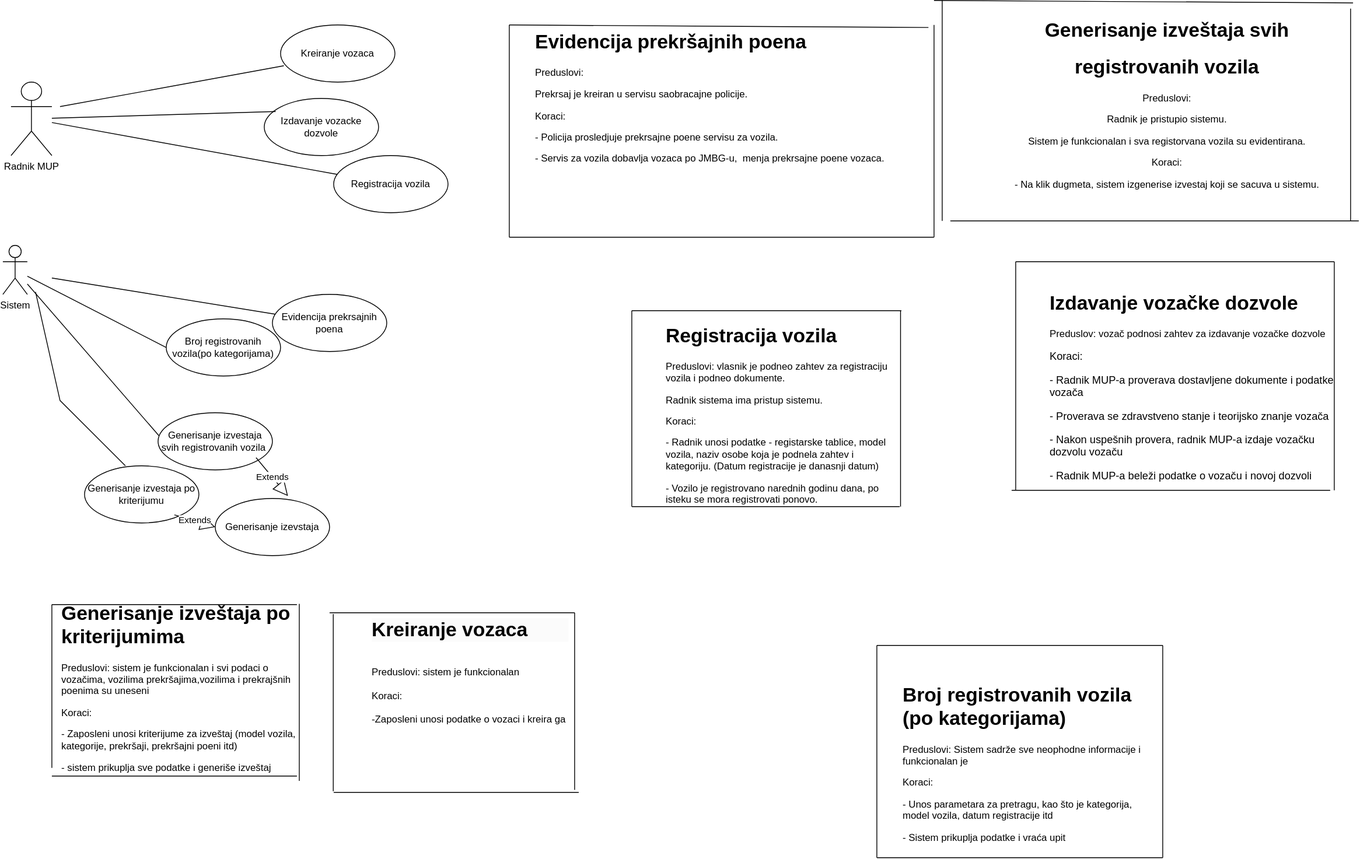
anna02272/EGovernment keeps this draw.io diagram as Diagrams/MupVozila_UseCaseDiagram.svg. Above is the earlier version. Source tidied: cells renumbered, new cells last; positions are measured from the earlier drawing's top-left corner, leaving out a move shared by most shapes.
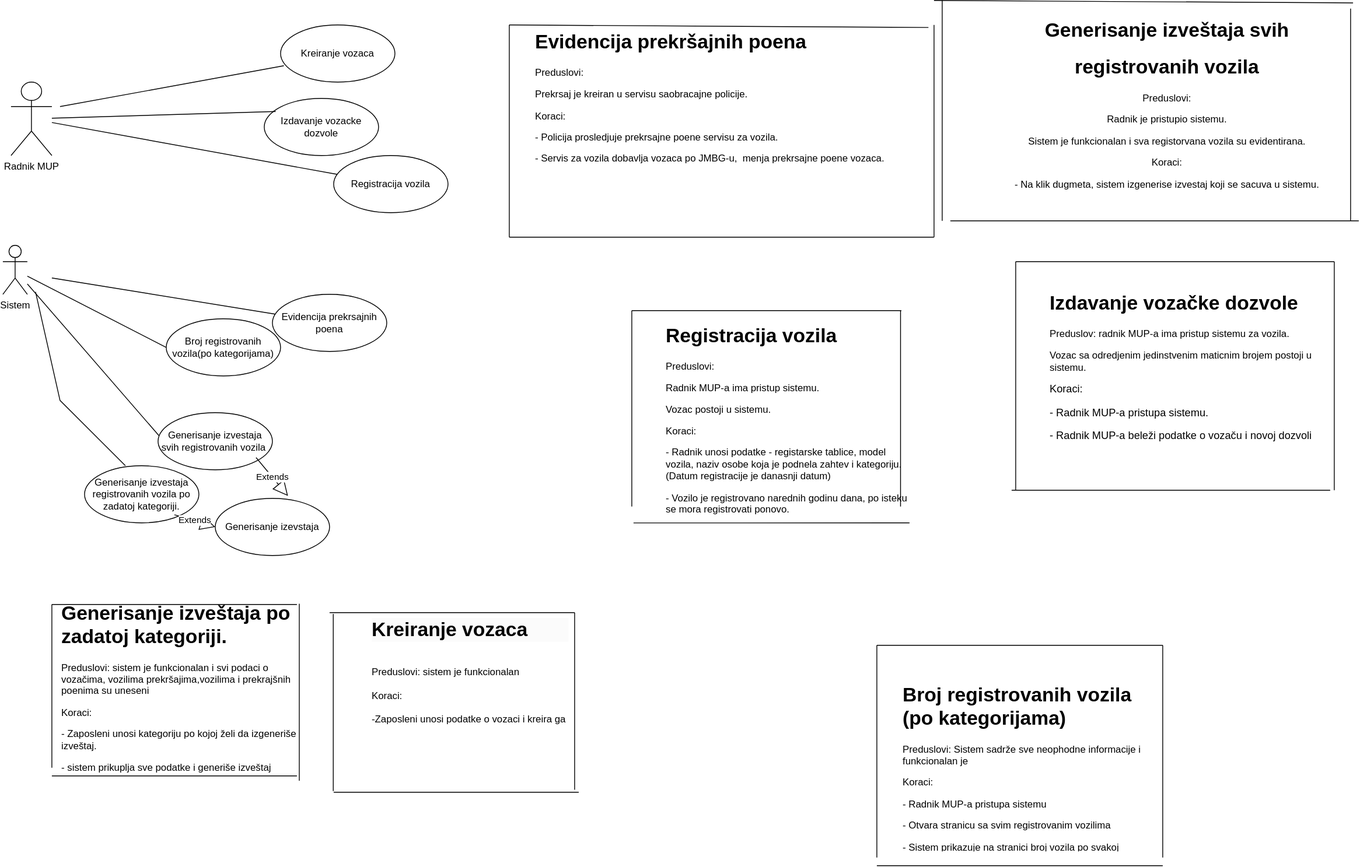
After the commit.

Commit message:
diagram change because of documentation

The edit, as a diff of the source:
```diff
@@ -62,7 +62,7 @@
         <mxPoint x="620" y="30" as="targetPoint" />
       </mxGeometry>
     </mxCell>
-    <mxCell id="19" value="&lt;h1 style=&quot;margin-top: 0px;&quot;&gt;Izdavanje vozačke dozvole&lt;/h1&gt;&lt;p&gt;Preduslov: vozač podnosi zahtev za izdavanje vozačke dozvole&lt;/p&gt;&lt;p style=&quot;font-size: 13px;&quot;&gt;Koraci:&lt;/p&gt;&lt;p style=&quot;font-size: 13px;&quot;&gt;- Radnik MUP-a proverava dostavljene dokumente i podatke vozača&lt;/p&gt;&lt;p style=&quot;font-size: 13px;&quot;&gt;- Proverava se zdravstveno stanje i teorijsko znanje vozača&lt;/p&gt;&lt;p style=&quot;font-size: 13px;&quot;&gt;- Nakon uspešnih provera, radnik MUP-a izdaje vozačku dozvolu vozaču&lt;/p&gt;&lt;p style=&quot;font-size: 13px;&quot;&gt;- Radnik MUP-a beleži podatke o vozaču i novoj dozvoli&lt;/p&gt;" style="text;html=1;whiteSpace=wrap;overflow=hidden;rounded=0;" parent="1" vertex="1">
+    <mxCell id="19" value="&lt;h1 style=&quot;margin-top: 0px;&quot;&gt;Izdavanje vozačke dozvole&lt;/h1&gt;&lt;p&gt;Preduslov: radnik MUP-a ima pristup sistemu za vozila.&lt;/p&gt;&lt;p&gt;Vozac sa odredjenim jedinstvenim maticnim brojem postoji u sistemu.&lt;/p&gt;&lt;p&gt;&lt;span style=&quot;font-size: 13px; background-color: initial;&quot;&gt;Koraci:&lt;/span&gt;&lt;br&gt;&lt;/p&gt;&lt;p style=&quot;font-size: 13px;&quot;&gt;- Radnik MUP-a pristupa sistemu.&lt;/p&gt;&lt;p style=&quot;font-size: 13px;&quot;&gt;- Radnik MUP-a beleži podatke o vozaču i novoj dozvoli&lt;/p&gt;" style="text;html=1;whiteSpace=wrap;overflow=hidden;rounded=0;" parent="1" vertex="1">
       <mxGeometry x="1280" y="350" width="370" height="250" as="geometry" />
     </mxCell>
     <mxCell id="20" style="endArrow=none;html=1;rounded=0;" parent="1" edge="1">
@@ -89,8 +89,8 @@
         <mxPoint x="1630" y="320" as="targetPoint" />
       </mxGeometry>
     </mxCell>
-    <mxCell id="24" value="&lt;h1 style=&quot;margin-top: 0px;&quot;&gt;Registracija vozila&lt;/h1&gt;&lt;p&gt;Preduslovi: vlasnik je podneo zahtev za registraciju vozila i podneo dokumente.&lt;/p&gt;&lt;p&gt;Radnik sistema ima pristup sistemu.&lt;/p&gt;&lt;p&gt;Koraci:&lt;/p&gt;&lt;p&gt;- Radnik unosi podatke - registarske tablice, model vozila, naziv osobe koja je podnela zahtev i kategoriju. (Datum registracije je danasnji datum)&lt;/p&gt;&lt;p&gt;- Vozilo je registrovano narednih godinu dana, po isteku se mora registrovati ponovo.&lt;/p&gt;" style="text;html=1;whiteSpace=wrap;overflow=hidden;rounded=0;" parent="1" vertex="1">
-      <mxGeometry x="810" y="390" width="290" height="240" as="geometry" />
+    <mxCell id="24" value="&lt;h1 style=&quot;margin-top: 0px;&quot;&gt;Registracija vozila&lt;/h1&gt;&lt;p&gt;Preduslovi:&amp;nbsp;&lt;/p&gt;&lt;p&gt;Radnik MUP-a ima pristup sistemu.&lt;/p&gt;&lt;p&gt;Vozac postoji u sistemu.&amp;nbsp;&lt;/p&gt;&lt;p&gt;Koraci:&lt;/p&gt;&lt;p&gt;- Radnik unosi podatke - registarske tablice, model vozila, naziv osobe koja je podnela zahtev i kategoriju. (Datum registracije je danasnji datum)&lt;/p&gt;&lt;p&gt;- Vozilo je registrovano narednih godinu dana, po isteku se mora registrovati ponovo.&lt;/p&gt;" style="text;html=1;whiteSpace=wrap;overflow=hidden;rounded=0;" parent="1" vertex="1">
+      <mxGeometry x="810" y="390" width="300" height="240" as="geometry" />
     </mxCell>
     <mxCell id="25" style="endArrow=none;html=1;rounded=0;" parent="1" edge="1">
       <mxGeometry relative="1" as="geometry">
@@ -107,9 +107,10 @@
         <mxPoint x="1099" y="380" as="targetPoint" />
       </mxGeometry>
     </mxCell>
-    <mxCell id="27" style="endArrow=none;html=1;rounded=0;entryX=0.993;entryY=0.958;entryDx=0;entryDy=0;entryPerimeter=0;" parent="1" edge="1" target="24">
+    <mxCell id="27" style="endArrow=none;html=1;rounded=0;entryX=0.993;entryY=0.958;entryDx=0;entryDy=0;entryPerimeter=0;" parent="1" edge="1">
       <mxGeometry relative="1" as="geometry">
-        <mxPoint x="770" y="620" as="sourcePoint" />
+        <mxPoint x="772.1" y="640.1" as="sourcePoint" />
+        <mxPoint x="1110" y="640" as="targetPoint" />
       </mxGeometry>
     </mxCell>
     <mxCell id="28" style="endArrow=none;html=1;rounded=0;" parent="1" edge="1">
@@ -118,7 +119,7 @@
         <mxPoint x="770" y="380" as="targetPoint" />
       </mxGeometry>
     </mxCell>
-    <mxCell id="29" value="&lt;h1 style=&quot;margin-top: 0px;&quot;&gt;Generisanje izveštaja po kriterijumima&amp;nbsp;&lt;/h1&gt;&lt;p&gt;Preduslovi: sistem je funkcionalan i svi podaci o vozačima, vozilima prekršajima,vozilima i prekrajšnih poenima su uneseni&lt;/p&gt;&lt;p&gt;Koraci:&lt;/p&gt;&lt;p&gt;- Zaposleni unosi kriterijume za izveštaj (model vozila, kategorije, prekršaji, prekršajni poeni itd)&lt;/p&gt;&lt;p&gt;- sistem prikuplja sve podatke i generiše izveštaj&lt;/p&gt;" style="text;html=1;whiteSpace=wrap;overflow=hidden;rounded=0;" parent="1" vertex="1">
+    <mxCell id="29" value="&lt;h1 style=&quot;margin-top: 0px;&quot;&gt;Generisanje izveštaja po zadatoj kategoriji.&amp;nbsp;&lt;/h1&gt;&lt;p&gt;Preduslovi: sistem je funkcionalan i svi podaci o vozačima, vozilima prekršajima,vozilima i prekrajšnih poenima su uneseni&lt;/p&gt;&lt;p&gt;Koraci:&lt;/p&gt;&lt;p&gt;- Zaposleni unosi kategoriju po kojoj želi da izgeneriše izveštaj.&lt;/p&gt;&lt;p&gt;- sistem prikuplja sve podatke i generiše izveštaj&lt;/p&gt;" style="text;html=1;whiteSpace=wrap;overflow=hidden;rounded=0;" parent="1" vertex="1">
       <mxGeometry x="70" y="730" width="290" height="260" as="geometry" />
     </mxCell>
     <mxCell id="30" style="endArrow=none;html=1;rounded=0;" parent="1" edge="1">
@@ -133,7 +134,7 @@
         <mxPoint x="360" y="740" as="targetPoint" />
       </mxGeometry>
     </mxCell>
-    <mxCell id="32" value="&lt;h1 style=&quot;margin-top: 0px;&quot;&gt;Broj registrovanih vozila (po kategorijama)&lt;/h1&gt;&lt;p&gt;Preduslovi: Sistem sadrže sve neophodne informacije i funkcionalan je&lt;/p&gt;&lt;p&gt;Koraci:&lt;/p&gt;&lt;p&gt;- Unos parametara za pretragu, kao što je kategorija, model vozila, datum registracije itd&lt;/p&gt;&lt;p&gt;- Sistem prikuplja podatke i vraća upit&lt;/p&gt;" style="text;html=1;whiteSpace=wrap;overflow=hidden;rounded=0;" parent="1" vertex="1">
+    <mxCell id="32" value="&lt;h1 style=&quot;margin-top: 0px;&quot;&gt;Broj registrovanih vozila (po kategorijama)&lt;/h1&gt;&lt;p&gt;Preduslovi: Sistem sadrže sve neophodne informacije i funkcionalan je&lt;/p&gt;&lt;p&gt;Koraci:&lt;/p&gt;&lt;p&gt;- Radnik MUP-a pristupa sistemu&lt;/p&gt;&lt;p&gt;- Otvara stranicu sa svim registrovanim vozilima&lt;/p&gt;&lt;p&gt;- Sistem prikazuje na stranici broj vozila po svakoj kategoriji&lt;/p&gt;" style="text;html=1;whiteSpace=wrap;overflow=hidden;rounded=0;" parent="1" vertex="1">
       <mxGeometry x="1100" y="830" width="310" height="210" as="geometry" />
     </mxCell>
     <mxCell id="33" style="endArrow=none;html=1;rounded=0;" parent="1" edge="1">
@@ -150,8 +151,8 @@
     </mxCell>
     <mxCell id="35" style="endArrow=none;html=1;rounded=0;" parent="1" edge="1">
       <mxGeometry relative="1" as="geometry">
-        <mxPoint x="1070" y="1050" as="sourcePoint" />
-        <mxPoint x="1420" y="1050" as="targetPoint" />
+        <mxPoint x="1070" y="1060" as="sourcePoint" />
+        <mxPoint x="1420" y="1060" as="targetPoint" />
       </mxGeometry>
     </mxCell>
     <mxCell id="36" style="endArrow=none;html=1;rounded=0;" parent="1" edge="1">
@@ -178,7 +179,7 @@
         </Array>
       </mxGeometry>
     </mxCell>
-    <mxCell id="40" value="Generisanje izvestaja po kriterijumu" style="ellipse;whiteSpace=wrap;html=1;" parent="1" vertex="1">
+    <mxCell id="40" value="Generisanje izvestaja registrovanih vozila po zadatoj kategoriji." style="ellipse;whiteSpace=wrap;html=1;" parent="1" vertex="1">
       <mxGeometry x="100" y="570" width="140" height="70" as="geometry" />
     </mxCell>
     <mxCell id="41" value="Generisanje izevstaja" style="ellipse;whiteSpace=wrap;html=1;" parent="1" vertex="1">
```
